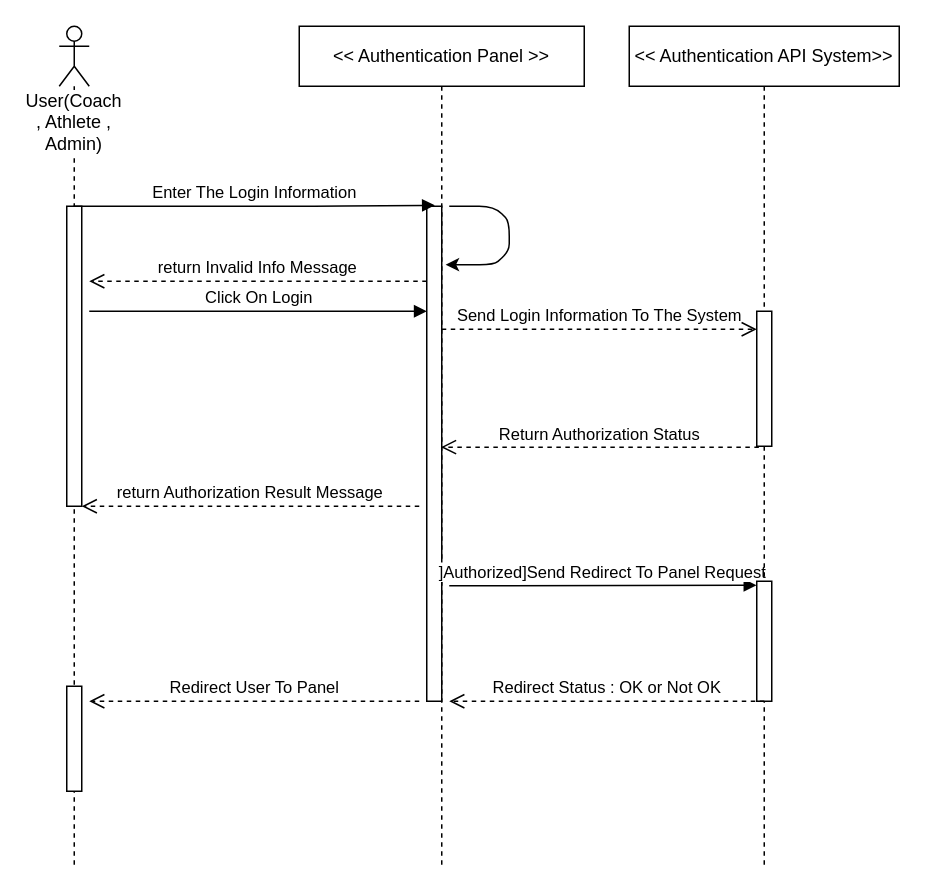
Above: Behavioral Modeling/Sequence Diagram/Login - Sequence Diagram.drawio in mmohajer9/sama-online-coaching-system (draw.io), before the change. Source tidied: cells renumbered, new cells numbered last; positions are measured from the earlier drawing's top-left corner, leaving out a move shared by most shapes. Both pictures are drawn from the tidied source at 150%, with x=0, y=0 at pixel (58, 26).
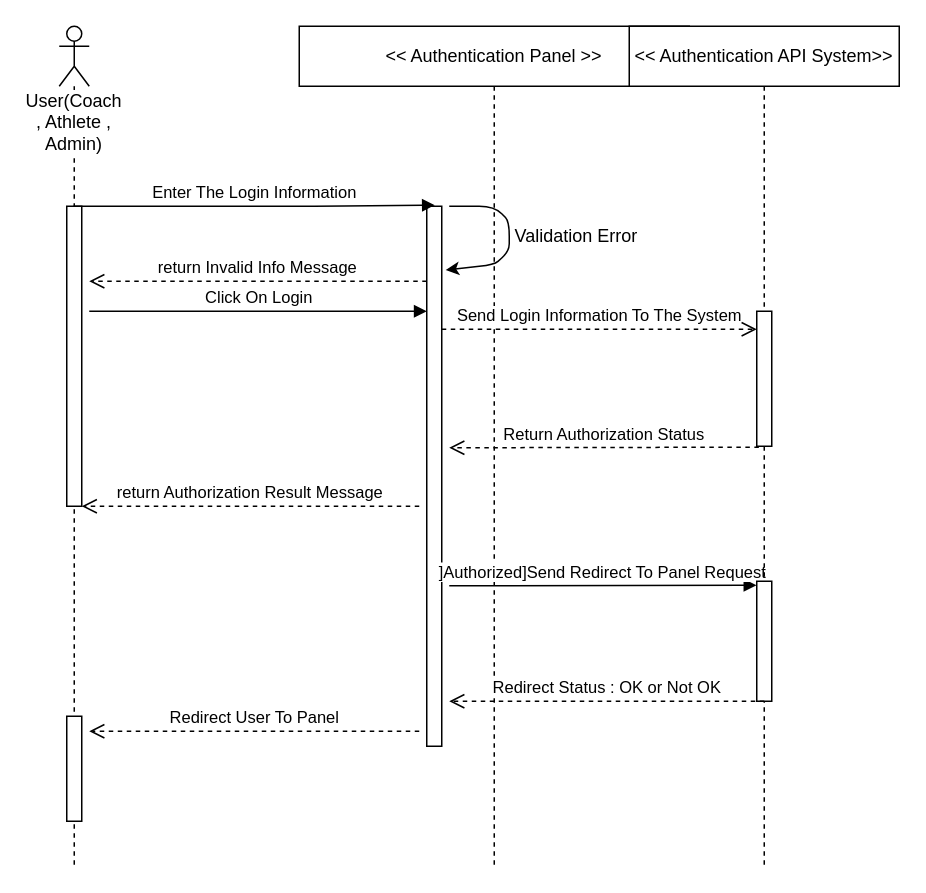
Above is the later version.

Unchanged cells that the change refers to:
```xml
<mxCell id="2" value="User(Coach , Athlete , Admin)" style="shape=umlLifeline;participant=umlActor;perimeter=lifelinePerimeter;whiteSpace=wrap;html=1;verticalAlign=top;spacingTop=36;labelBackgroundColor=#ffffff;outlineConnect=0;" parent="1" vertex="1">
  <mxGeometry width="20" height="560" as="geometry" />
</mxCell>
<mxCell id="11" style="html=1;points=[];perimeter=orthogonalPerimeter;" parent="10" vertex="1">
  <mxGeometry x="85" y="190" width="10" height="90" as="geometry" />
</mxCell>
```

The edit, as a diff of the source:
```diff
@@
     <mxCell id="4" style="html=1;points=[];perimeter=orthogonalPerimeter;" parent="2" vertex="1">
-      <mxGeometry x="5" y="440" width="10" height="70" as="geometry" />
+      <mxGeometry x="5" y="460" width="10" height="70" as="geometry" />
     </mxCell>
     <mxCell id="5" value="&amp;lt;&amp;lt; Authentication Panel &amp;gt;&amp;gt;" style="shape=umlLifeline;perimeter=lifelinePerimeter;whiteSpace=wrap;html=1;outlineConnect=0;" parent="1" vertex="1">
-      <mxGeometry x="160" width="190" height="560" as="geometry" />
+      <mxGeometry x="160" width="260" height="560" as="geometry" />
     </mxCell>
     <mxCell id="6" style="html=1;points=[];perimeter=orthogonalPerimeter;" parent="5" vertex="1">
-      <mxGeometry x="85" y="120" width="10" height="330" as="geometry" />
+      <mxGeometry x="85" y="120" width="10" height="360" as="geometry" />
     </mxCell>
@@
+    <mxCell id="20" value="Validation Error" style="text;html=1;strokeColor=none;fillColor=none;align=center;verticalAlign=middle;whiteSpace=wrap;rounded=0;" parent="5" vertex="1">
+      <mxGeometry x="130" y="130" width="110" height="20" as="geometry" />
+    </mxCell>
@@
-    <mxCell id="15" value="Return Authorization Status" style="html=1;verticalAlign=bottom;endArrow=open;dashed=1;endSize=8;exitX=0.14;exitY=1.007;exitDx=0;exitDy=0;exitPerimeter=0;" parent="1" edge="1" source="11" target="5">
-      <mxGeometry relative="1" as="geometry" />
+    <mxCell id="15" value="Return Authorization Status" style="html=1;verticalAlign=bottom;endArrow=open;dashed=1;endSize=8;exitX=0.14;exitY=1.007;exitDx=0;exitDy=0;exitPerimeter=0;" parent="1" edge="1" source="11">
+      <mxGeometry relative="1" as="geometry">
+        <mxPoint x="260" y="281" as="targetPoint" />
+      </mxGeometry>
     </mxCell>
@@
-    <mxCell id="18" value="Redirect User To Panel" style="html=1;verticalAlign=bottom;endArrow=open;dashed=1;endSize=8;entryX=1.5;entryY=0.143;entryDx=0;entryDy=0;entryPerimeter=0;" parent="1" edge="1" target="4">
+    <mxCell id="18" value="Redirect User To Panel" style="html=1;verticalAlign=bottom;endArrow=open;dashed=1;endSize=8;" parent="1" edge="1">
       <mxGeometry relative="1" as="geometry">
-        <mxPoint x="240" y="450" as="sourcePoint" />
+        <mxPoint x="240" y="470" as="sourcePoint" />
+        <mxPoint x="20" y="470" as="targetPoint" />
       </mxGeometry>
     </mxCell>
```
